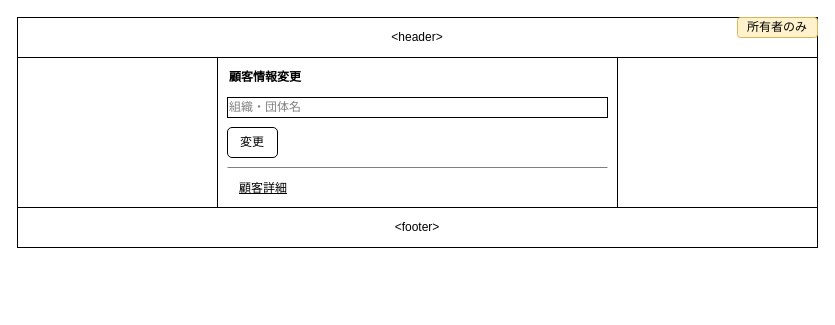
Before: 設計/画面設計/顧客情報変更.drawio in nightonlypj/rails-app-origin, a draw.io diagram. Source tidied: cells renumbered, new cells numbered last; positions are measured from the earlier drawing's top-left corner, leaving out a move shared by most shapes. Both pictures are drawn from the tidied source at 100%, with x=0, y=0 at pixel (17, 17).
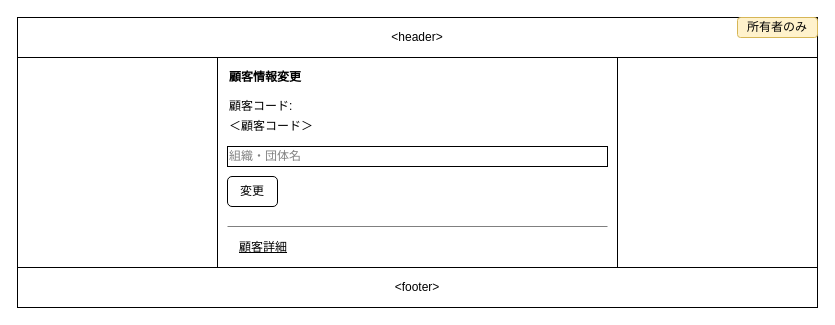
Above is the later version.

What changed in the source:
```diff
@@
 <mxGraphModel>
   <root>
     <mxCell id="0" />
     <mxCell id="1" parent="0" />
     <mxCell id="2" value="&amp;lt;header&amp;gt;" style="rounded=0;whiteSpace=wrap;html=1;fillColor=none;" parent="1" vertex="1">
       <mxGeometry width="800" height="40" as="geometry" />
     </mxCell>
     <mxCell id="3" value="&amp;lt;footer&amp;gt;" style="rounded=0;whiteSpace=wrap;html=1;fillColor=none;" parent="1" vertex="1">
-      <mxGeometry y="190" width="800" height="40" as="geometry" />
+      <mxGeometry y="250" width="800" height="40" as="geometry" />
     </mxCell>
     <mxCell id="4" style="rounded=0;whiteSpace=wrap;html=1;fillColor=none;" parent="1" vertex="1">
-      <mxGeometry x="200" y="40" width="400" height="150" as="geometry" />
+      <mxGeometry x="200" y="40" width="400" height="210" as="geometry" />
     </mxCell>
     <mxCell id="5" style="rounded=0;whiteSpace=wrap;html=1;fillColor=none;" parent="1" vertex="1">
-      <mxGeometry y="40" width="200" height="150" as="geometry" />
+      <mxGeometry y="40" width="200" height="210" as="geometry" />
     </mxCell>
     <mxCell id="6" style="rounded=0;whiteSpace=wrap;html=1;fillColor=none;" parent="1" vertex="1">
-      <mxGeometry x="600" y="40" width="200" height="150" as="geometry" />
+      <mxGeometry x="600" y="40" width="200" height="210" as="geometry" />
     </mxCell>
     <mxCell id="7" value="&lt;b&gt;顧客情報変更&lt;/b&gt;" style="text;html=1;strokeColor=none;fillColor=none;align=left;verticalAlign=middle;whiteSpace=wrap;rounded=0;" parent="1" vertex="1">
       <mxGeometry x="210" y="50" width="80" height="20" as="geometry" />
     </mxCell>
     <mxCell id="8" value="&lt;font color=&quot;#808080&quot;&gt;組織・団体名&lt;/font&gt;" style="rounded=0;whiteSpace=wrap;html=1;align=left;" parent="1" vertex="1">
-      <mxGeometry x="210" y="80" width="380" height="20" as="geometry" />
+      <mxGeometry x="210" y="129" width="380" height="20" as="geometry" />
     </mxCell>
     <mxCell id="9" value="変更" style="rounded=1;whiteSpace=wrap;html=1;align=center;" parent="1" vertex="1">
-      <mxGeometry x="210" y="110" width="50" height="30" as="geometry" />
+      <mxGeometry x="210" y="159" width="50" height="30" as="geometry" />
     </mxCell>
     <mxCell id="10" value="&lt;u&gt;顧客詳細&lt;/u&gt;" style="text;html=1;strokeColor=none;fillColor=none;align=left;verticalAlign=middle;whiteSpace=wrap;rounded=0;" parent="1" vertex="1">
-      <mxGeometry x="220" y="161" width="60" height="20" as="geometry" />
+      <mxGeometry x="220" y="220" width="60" height="20" as="geometry" />
     </mxCell>
     <mxCell id="11" style="endArrow=none;html=1;strokeColor=#808080;" parent="1" edge="1">
       <mxGeometry relative="1" as="geometry">
-        <mxPoint x="210" y="150" as="sourcePoint" />
-        <mxPoint x="590" y="150" as="targetPoint" />
+        <mxPoint x="210" y="209" as="sourcePoint" />
+        <mxPoint x="590" y="209" as="targetPoint" />
       </mxGeometry>
     </mxCell>
     <mxCell id="12" value="所有者のみ" style="rounded=1;whiteSpace=wrap;html=1;fillColor=#fff2cc;strokeColor=#d6b656;" parent="1" vertex="1">
       <mxGeometry x="720" width="80" height="20" as="geometry" />
     </mxCell>
+    <mxCell id="13" value="&lt;span&gt;顧客コード:&lt;/span&gt;" style="text;html=1;strokeColor=none;fillColor=none;align=left;verticalAlign=middle;whiteSpace=wrap;rounded=0;" parent="1" vertex="1">
+      <mxGeometry x="210" y="79" width="70" height="20" as="geometry" />
+    </mxCell>
+    <mxCell id="14" value="&lt;span&gt;＜顧客コード＞&lt;/span&gt;" style="text;html=1;strokeColor=none;fillColor=none;align=left;verticalAlign=middle;whiteSpace=wrap;rounded=0;" parent="1" vertex="1">
+      <mxGeometry x="210" y="99" width="90" height="20" as="geometry" />
+    </mxCell>
   </root>
 </mxGraphModel>
```
